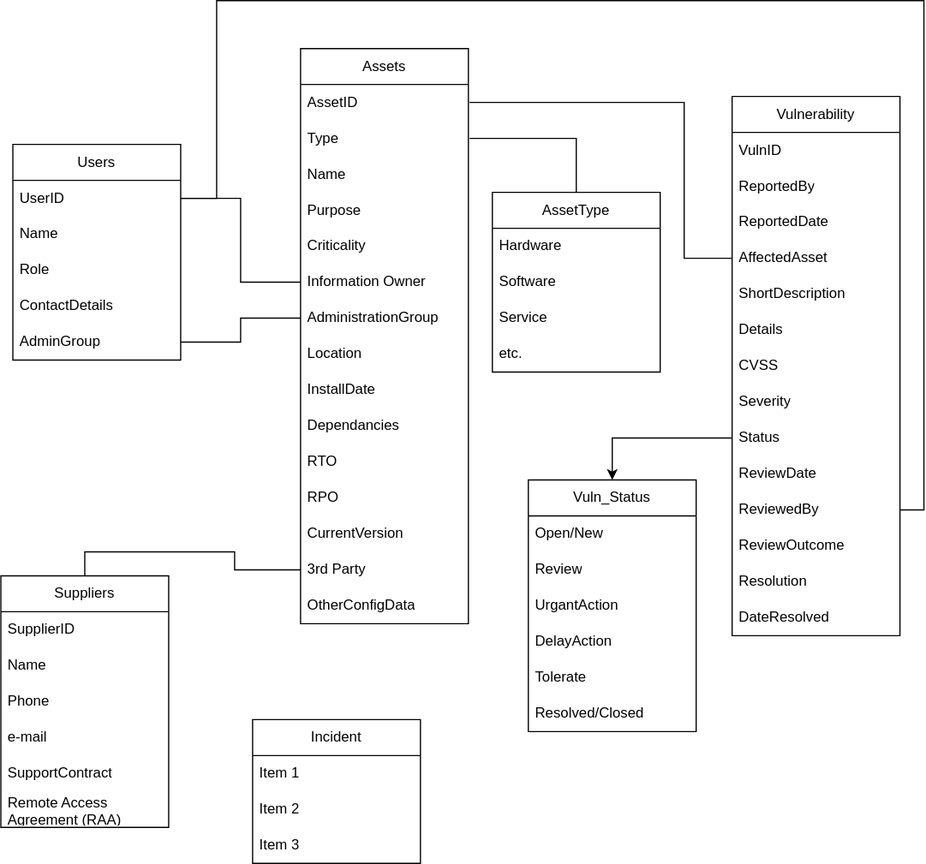
This is ITSM/Assignment1/Assets/CMDB_F.svg from MCollins87/MSC_EnterpriseIT, a draw.io export, as it was before one commit. Source tidied: cells renumbered, new cells last; positions are measured from the earlier drawing's top-left corner, leaving out a move shared by most shapes.
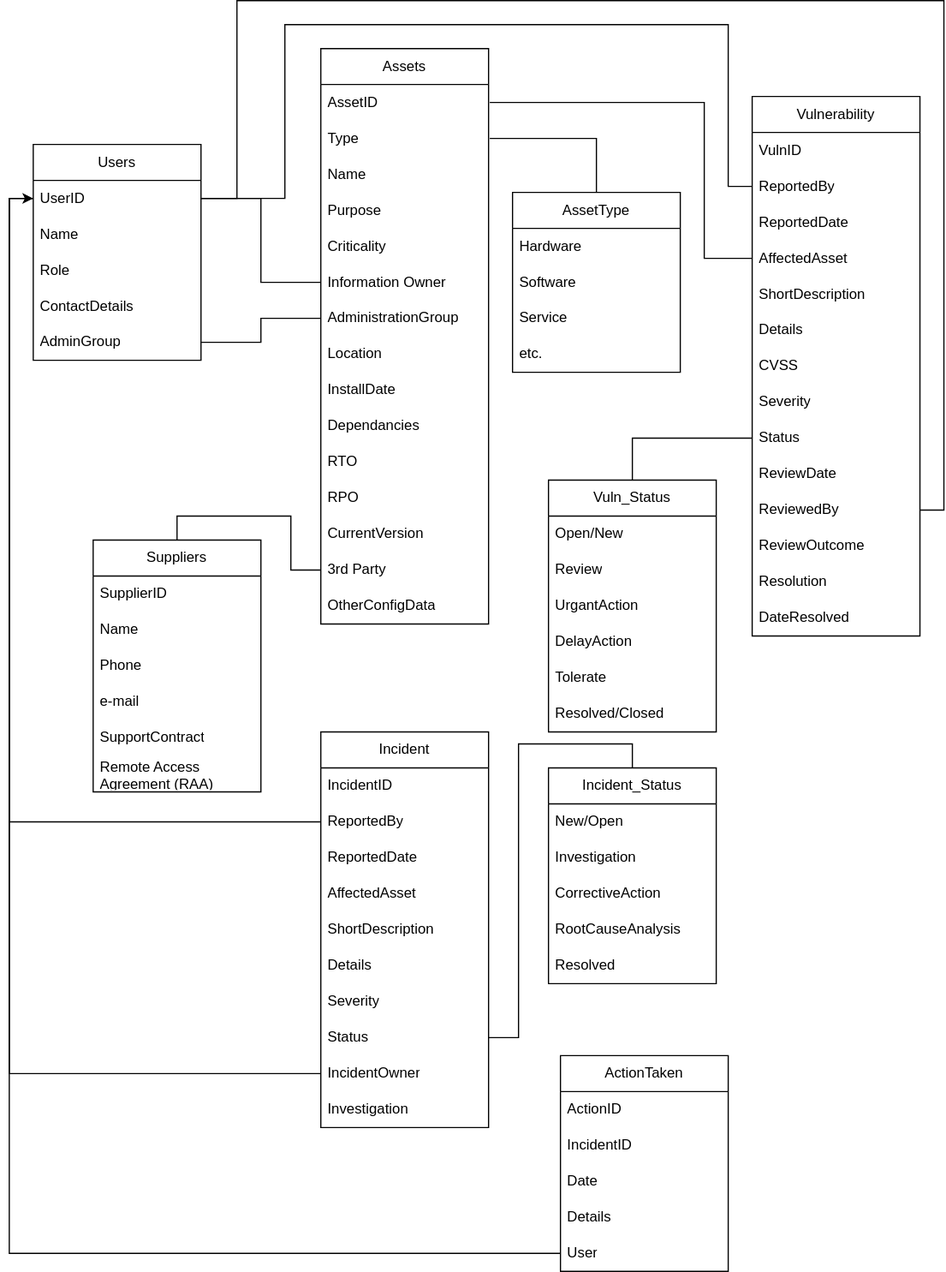
After the change.

The edit, as a diff of the source:
```diff
@@ -69,7 +69,7 @@
       <mxGeometry relative="1" as="geometry" />
     </mxCell>
     <mxCell id="24" value="Suppliers" style="swimlane;fontStyle=0;horizontal=1;startSize=30;whiteSpace=wrap;html=1;" parent="1" vertex="1">
-      <mxGeometry y="480" width="140" height="210" as="geometry" />
+      <mxGeometry x="60" y="450" width="140" height="210" as="geometry" />
     </mxCell>
     <mxCell id="25" value="SupplierID" style="text;strokeColor=none;fillColor=none;align=left;verticalAlign=middle;spacingLeft=4;spacingRight=4;overflow=hidden;whiteSpace=wrap;html=1;" parent="24" vertex="1">
       <mxGeometry y="30" width="140" height="30" as="geometry" />
@@ -190,7 +190,7 @@
     <mxCell id="62" value="Resolved/Closed" style="text;strokeColor=none;fillColor=none;align=left;verticalAlign=middle;spacingLeft=4;spacingRight=4;overflow=hidden;whiteSpace=wrap;html=1;" parent="56" vertex="1">
       <mxGeometry y="180" width="140" height="30" as="geometry" />
     </mxCell>
-    <mxCell id="63" style="edgeStyle=orthogonalEdgeStyle;rounded=0;jettySize=auto;html=1;exitX=0;exitY=0.5;exitDx=0;exitDy=0;entryX=0.5;entryY=0;entryDx=0;entryDy=0;" parent="1" edge="1" source="49" target="56">
+    <mxCell id="63" style="edgeStyle=orthogonalEdgeStyle;rounded=0;jettySize=auto;html=1;exitX=0;exitY=0.5;exitDx=0;exitDy=0;entryX=0.5;entryY=0;entryDx=0;entryDy=0;endArrow=none;endFill=0;" parent="1" edge="1" source="49" target="56">
       <mxGeometry relative="1" as="geometry" />
     </mxCell>
     <mxCell id="64" style="edgeStyle=orthogonalEdgeStyle;rounded=0;jettySize=auto;html=1;exitX=1;exitY=0.5;exitDx=0;exitDy=0;entryX=1;entryY=0.5;entryDx=0;entryDy=0;endArrow=none;endFill=0;" parent="1" edge="1" source="51" target="33">
@@ -204,16 +204,95 @@
       </mxGeometry>
     </mxCell>
     <mxCell id="65" value="Incident" style="swimlane;fontStyle=0;horizontal=1;startSize=30;whiteSpace=wrap;html=1;" parent="1" vertex="1">
-      <mxGeometry x="210" y="600" width="140" height="120" as="geometry" />
+      <mxGeometry x="250" y="610" width="140" height="330" as="geometry" />
     </mxCell>
-    <mxCell id="66" value="Item 1" style="text;strokeColor=none;fillColor=none;align=left;verticalAlign=middle;spacingLeft=4;spacingRight=4;overflow=hidden;whiteSpace=wrap;html=1;" parent="65" vertex="1">
+    <mxCell id="66" value="IncidentID" style="text;strokeColor=none;fillColor=none;align=left;verticalAlign=middle;spacingLeft=4;spacingRight=4;overflow=hidden;whiteSpace=wrap;html=1;" parent="65" vertex="1">
       <mxGeometry y="30" width="140" height="30" as="geometry" />
     </mxCell>
-    <mxCell id="67" value="Item 2" style="text;strokeColor=none;fillColor=none;align=left;verticalAlign=middle;spacingLeft=4;spacingRight=4;overflow=hidden;points=[[0,0.5],[1,0.5]];portConstraint=eastwest;whiteSpace=wrap;html=1;" parent="65" vertex="1">
+    <mxCell id="67" value="ReportedBy" style="text;strokeColor=none;fillColor=none;align=left;verticalAlign=middle;spacingLeft=4;spacingRight=4;overflow=hidden;points=[[0,0.5],[1,0.5]];portConstraint=eastwest;whiteSpace=wrap;html=1;" parent="65" vertex="1">
       <mxGeometry y="60" width="140" height="30" as="geometry" />
     </mxCell>
-    <mxCell id="68" value="Item 3" style="text;strokeColor=none;fillColor=none;align=left;verticalAlign=middle;spacingLeft=4;spacingRight=4;overflow=hidden;whiteSpace=wrap;html=1;" parent="65" vertex="1">
+    <mxCell id="68" value="ReportedDate" style="text;strokeColor=none;fillColor=none;align=left;verticalAlign=middle;spacingLeft=4;spacingRight=4;overflow=hidden;whiteSpace=wrap;html=1;" parent="65" vertex="1">
       <mxGeometry y="90" width="140" height="30" as="geometry" />
     </mxCell>
+    <mxCell id="69" value="AffectedAsset" style="text;strokeColor=none;fillColor=none;align=left;verticalAlign=middle;spacingLeft=4;spacingRight=4;overflow=hidden;whiteSpace=wrap;html=1;" parent="65" vertex="1">
+      <mxGeometry y="120" width="140" height="30" as="geometry" />
+    </mxCell>
+    <mxCell id="70" value="ShortDescription" style="text;strokeColor=none;fillColor=none;align=left;verticalAlign=middle;spacingLeft=4;spacingRight=4;overflow=hidden;whiteSpace=wrap;html=1;" parent="65" vertex="1">
+      <mxGeometry y="150" width="140" height="30" as="geometry" />
+    </mxCell>
+    <mxCell id="71" value="Details" style="text;strokeColor=none;fillColor=none;align=left;verticalAlign=middle;spacingLeft=4;spacingRight=4;overflow=hidden;whiteSpace=wrap;html=1;" parent="65" vertex="1">
+      <mxGeometry y="180" width="140" height="30" as="geometry" />
+    </mxCell>
+    <mxCell id="72" value="Severity" style="text;strokeColor=none;fillColor=none;align=left;verticalAlign=middle;spacingLeft=4;spacingRight=4;overflow=hidden;whiteSpace=wrap;html=1;" parent="65" vertex="1">
+      <mxGeometry y="210" width="140" height="30" as="geometry" />
+    </mxCell>
+    <mxCell id="73" value="Status" style="text;strokeColor=none;fillColor=none;align=left;verticalAlign=middle;spacingLeft=4;spacingRight=4;overflow=hidden;points=[[0,0.5],[1,0.5]];portConstraint=eastwest;whiteSpace=wrap;html=1;" parent="65" vertex="1">
+      <mxGeometry y="240" width="140" height="30" as="geometry" />
+    </mxCell>
+    <mxCell id="74" value="IncidentOwner" style="text;strokeColor=none;fillColor=none;align=left;verticalAlign=middle;spacingLeft=4;spacingRight=4;overflow=hidden;points=[[0,0.5],[1,0.5]];portConstraint=eastwest;whiteSpace=wrap;html=1;" parent="65" vertex="1">
+      <mxGeometry y="270" width="140" height="30" as="geometry" />
+    </mxCell>
+    <mxCell id="75" value="Investigation" style="text;strokeColor=none;fillColor=none;align=left;verticalAlign=middle;spacingLeft=4;spacingRight=4;overflow=hidden;whiteSpace=wrap;html=1;" parent="65" vertex="1">
+      <mxGeometry y="300" width="140" height="30" as="geometry" />
+    </mxCell>
+    <mxCell id="76" style="edgeStyle=orthogonalEdgeStyle;rounded=0;jettySize=auto;html=1;exitX=0;exitY=0.5;exitDx=0;exitDy=0;entryX=1;entryY=0.5;entryDx=0;entryDy=0;endArrow=none;endFill=0;" parent="1" edge="1" source="42" target="33">
+      <mxGeometry relative="1" as="geometry">
+        <Array as="points">
+          <mxPoint x="590" y="155" />
+          <mxPoint x="590" y="20" />
+          <mxPoint x="220" y="20" />
+          <mxPoint x="220" y="165" />
+        </Array>
+      </mxGeometry>
+    </mxCell>
+    <mxCell id="77" style="edgeStyle=orthogonalEdgeStyle;rounded=0;jettySize=auto;html=1;exitX=0;exitY=0.5;exitDx=0;exitDy=0;entryX=0;entryY=0.5;entryDx=0;entryDy=0;endArrow=none;endFill=0;" parent="1" edge="1" source="67" target="33">
+      <mxGeometry relative="1" as="geometry" />
+    </mxCell>
+    <mxCell id="78" value="Incident_Status" style="swimlane;fontStyle=0;horizontal=1;startSize=30;whiteSpace=wrap;html=1;" parent="1" vertex="1">
+      <mxGeometry x="440" y="640" width="140" height="180" as="geometry" />
+    </mxCell>
+    <mxCell id="79" value="New/Open" style="text;strokeColor=none;fillColor=none;align=left;verticalAlign=middle;spacingLeft=4;spacingRight=4;overflow=hidden;whiteSpace=wrap;html=1;" parent="78" vertex="1">
+      <mxGeometry y="30" width="140" height="30" as="geometry" />
+    </mxCell>
+    <mxCell id="80" value="Investigation" style="text;strokeColor=none;fillColor=none;align=left;verticalAlign=middle;spacingLeft=4;spacingRight=4;overflow=hidden;whiteSpace=wrap;html=1;" parent="78" vertex="1">
+      <mxGeometry y="60" width="140" height="30" as="geometry" />
+    </mxCell>
+    <mxCell id="81" value="CorrectiveAction" style="text;strokeColor=none;fillColor=none;align=left;verticalAlign=middle;spacingLeft=4;spacingRight=4;overflow=hidden;whiteSpace=wrap;html=1;" parent="78" vertex="1">
+      <mxGeometry y="90" width="140" height="30" as="geometry" />
+    </mxCell>
+    <mxCell id="82" value="RootCauseAnalysis" style="text;strokeColor=none;fillColor=none;align=left;verticalAlign=middle;spacingLeft=4;spacingRight=4;overflow=hidden;whiteSpace=wrap;html=1;" parent="78" vertex="1">
+      <mxGeometry y="120" width="140" height="30" as="geometry" />
+    </mxCell>
+    <mxCell id="83" value="Resolved" style="text;strokeColor=none;fillColor=none;align=left;verticalAlign=middle;spacingLeft=4;spacingRight=4;overflow=hidden;whiteSpace=wrap;html=1;" parent="78" vertex="1">
+      <mxGeometry y="150" width="140" height="30" as="geometry" />
+    </mxCell>
+    <mxCell id="84" style="edgeStyle=orthogonalEdgeStyle;rounded=0;jettySize=auto;html=1;exitX=1;exitY=0.5;exitDx=0;exitDy=0;entryX=0.5;entryY=0;entryDx=0;entryDy=0;endArrow=none;endFill=0;" parent="1" edge="1" source="73" target="78">
+      <mxGeometry relative="1" as="geometry" />
+    </mxCell>
+    <mxCell id="85" style="edgeStyle=orthogonalEdgeStyle;rounded=0;jettySize=auto;html=1;exitX=0;exitY=0.5;exitDx=0;exitDy=0;entryX=0;entryY=0.5;entryDx=0;entryDy=0;endArrow=none;endFill=0;" parent="1" edge="1" source="74" target="33">
+      <mxGeometry relative="1" as="geometry" />
+    </mxCell>
+    <mxCell id="86" value="ActionTaken" style="swimlane;fontStyle=0;horizontal=1;startSize=30;whiteSpace=wrap;html=1;" parent="1" vertex="1">
+      <mxGeometry x="450" y="880" width="140" height="180" as="geometry" />
+    </mxCell>
+    <mxCell id="87" value="ActionID" style="text;strokeColor=none;fillColor=none;align=left;verticalAlign=middle;spacingLeft=4;spacingRight=4;overflow=hidden;whiteSpace=wrap;html=1;" parent="86" vertex="1">
+      <mxGeometry y="30" width="140" height="30" as="geometry" />
+    </mxCell>
+    <mxCell id="88" value="IncidentID" style="text;strokeColor=none;fillColor=none;align=left;verticalAlign=middle;spacingLeft=4;spacingRight=4;overflow=hidden;whiteSpace=wrap;html=1;" parent="86" vertex="1">
+      <mxGeometry y="60" width="140" height="30" as="geometry" />
+    </mxCell>
+    <mxCell id="89" value="Date" style="text;strokeColor=none;fillColor=none;align=left;verticalAlign=middle;spacingLeft=4;spacingRight=4;overflow=hidden;whiteSpace=wrap;html=1;" parent="86" vertex="1">
+      <mxGeometry y="90" width="140" height="30" as="geometry" />
+    </mxCell>
+    <mxCell id="90" value="Details" style="text;strokeColor=none;fillColor=none;align=left;verticalAlign=middle;spacingLeft=4;spacingRight=4;overflow=hidden;whiteSpace=wrap;html=1;" parent="86" vertex="1">
+      <mxGeometry y="120" width="140" height="30" as="geometry" />
+    </mxCell>
+    <mxCell id="91" value="User" style="text;strokeColor=none;fillColor=none;align=left;verticalAlign=middle;spacingLeft=4;spacingRight=4;overflow=hidden;points=[[0,0.5],[1,0.5]];portConstraint=eastwest;whiteSpace=wrap;html=1;" parent="86" vertex="1">
+      <mxGeometry y="150" width="140" height="30" as="geometry" />
+    </mxCell>
+    <mxCell id="92" style="edgeStyle=orthogonalEdgeStyle;rounded=0;jettySize=auto;html=1;exitX=0;exitY=0.5;exitDx=0;exitDy=0;entryX=0;entryY=0.5;entryDx=0;entryDy=0;" parent="1" edge="1" source="91" target="33">
+      <mxGeometry relative="1" as="geometry" />
+    </mxCell>
   </root>
 </mxGraphModel>
```
